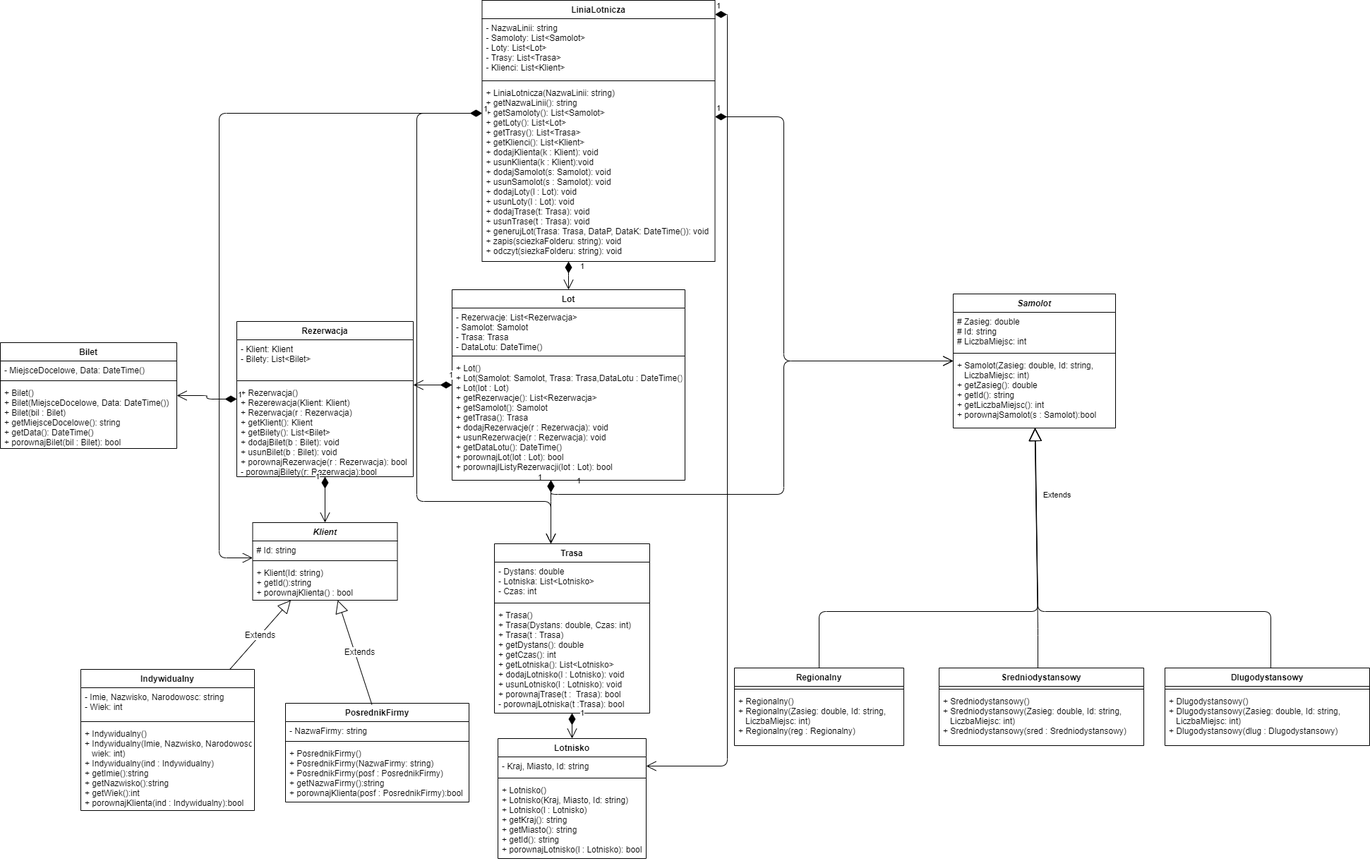
JoeHeroes/AirportPoject keeps this draw.io diagram as PoDiagram.png. Above is the earlier version. Source tidied: cells renumbered, new cells last; positions are measured from the earlier drawing's top-left corner, leaving out a move shared by most shapes.
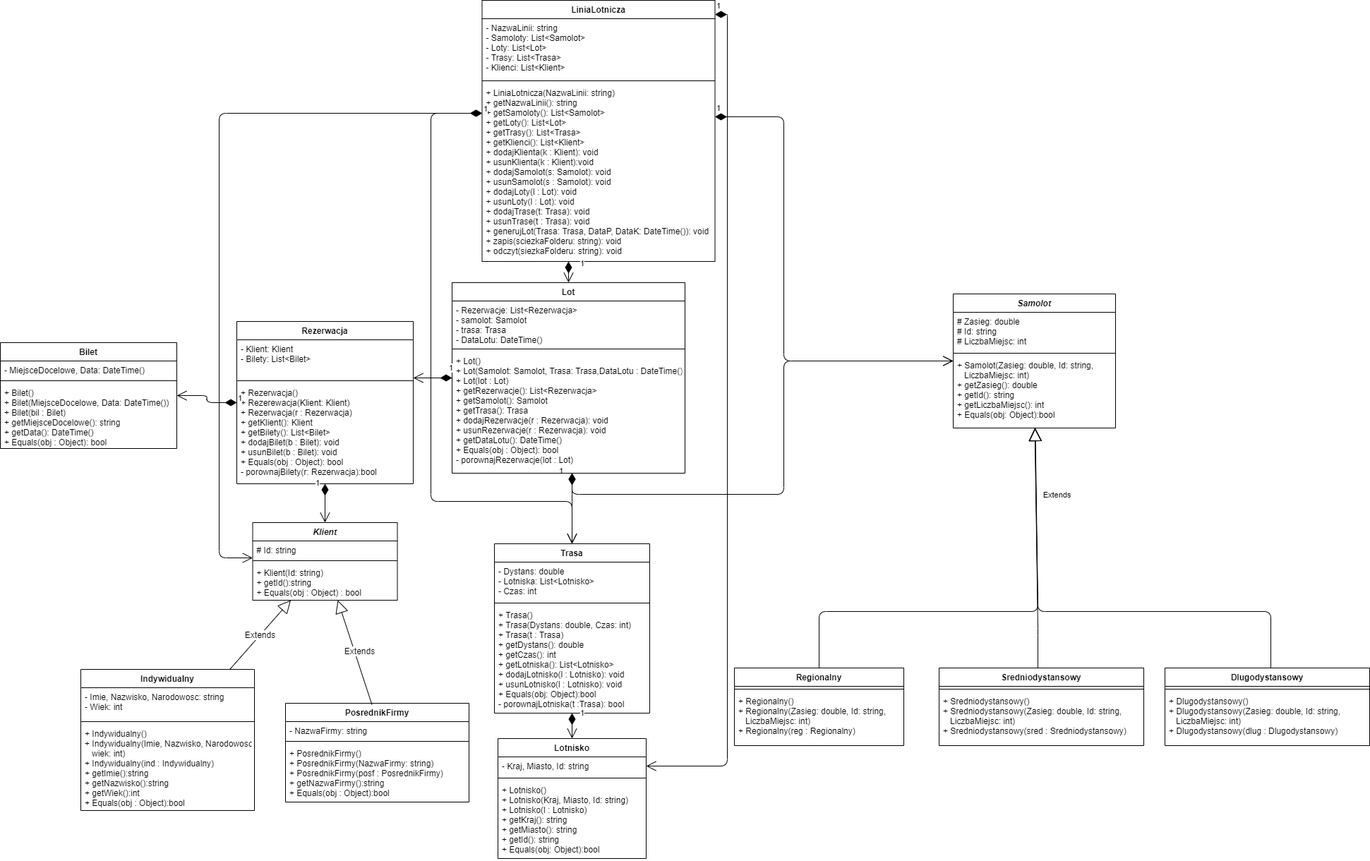
The same file after the commit.

Commit message:
Zmiany względem Bołdaka - usunięcie konstruktorów kopiujących, zamiana metod porownaniex na Equals

What changed in the source:
```diff
@@ -11,7 +11,7 @@
     <mxCell id="4" style="line;strokeWidth=1;fillColor=none;align=left;verticalAlign=middle;spacingTop=-1;spacingLeft=3;spacingRight=3;labelPosition=right;" parent="2" vertex="1">
       <mxGeometry y="50" width="205" height="8" as="geometry" />
     </mxCell>
-    <mxCell id="5" value="+ Klient(Id: string)&#10;+ getId():string&#10;+ porownajKlienta() : bool" style="text;strokeColor=none;fillColor=none;align=left;verticalAlign=top;spacingLeft=4;spacingRight=4;overflow=hidden;" parent="2" vertex="1">
+    <mxCell id="5" value="+ Klient(Id: string)&#10;+ getId():string&#10;+ Equals(obj : Object) : bool" style="text;strokeColor=none;fillColor=none;align=left;verticalAlign=top;spacingLeft=4;spacingRight=4;overflow=hidden;" parent="2" vertex="1">
       <mxGeometry y="58" width="205" height="52" as="geometry" />
     </mxCell>
     <mxCell id="6" value="Trasa" style="swimlane;fontStyle=1;align=center;verticalAlign=top;horizontal=1;startSize=26;rounded=0;sketch=0;" parent="1" vertex="1">
@@ -23,7 +23,7 @@
     <mxCell id="8" style="line;strokeWidth=1;fillColor=none;align=left;verticalAlign=middle;spacingTop=-1;spacingLeft=3;spacingRight=3;labelPosition=right;" parent="6" vertex="1">
       <mxGeometry y="80" width="220" height="8" as="geometry" />
     </mxCell>
-    <mxCell id="9" value="+ Trasa()&#10;+ Trasa(Dystans: double, Czas: int)&#10;+ Trasa(t : Trasa)&#10;+ getDystans(): double&#10;+ getCzas(): int&#10;+ getLotniska(): List&lt;Lotnisko&gt;&#10;+ dodajLotnisko(l : Lotnisko): void &#10;+ usunLotnisko(l : Lotnisko): void &#10;+ porownajTrase(t :  Trasa): bool&#10;- porownajLotniska(t :Trasa): bool" style="text;strokeColor=none;fillColor=none;align=left;verticalAlign=top;spacingLeft=4;spacingRight=4;overflow=hidden;" parent="6" vertex="1">
+    <mxCell id="9" value="+ Trasa()&#10;+ Trasa(Dystans: double, Czas: int)&#10;+ Trasa(t : Trasa)&#10;+ getDystans(): double&#10;+ getCzas(): int&#10;+ getLotniska(): List&lt;Lotnisko&gt;&#10;+ dodajLotnisko(l : Lotnisko): void &#10;+ usunLotnisko(l : Lotnisko): void &#10;+ Equals(obj: Object):bool&#10;- porownajLotniska(t :Trasa): bool" style="text;strokeColor=none;fillColor=none;align=left;verticalAlign=top;spacingLeft=4;spacingRight=4;overflow=hidden;" parent="6" vertex="1">
       <mxGeometry y="88" width="220" height="152" as="geometry" />
     </mxCell>
     <mxCell id="10" value="1" style="endArrow=open;html=1;endSize=12;startArrow=diamondThin;startSize=14;startFill=1;edgeStyle=orthogonalEdgeStyle;align=left;verticalAlign=bottom;strokeWidth=1;" parent="1" edge="1" source="6" target="25">
@@ -38,23 +38,22 @@
     <mxCell id="13" style="line;strokeWidth=1;fillColor=none;align=left;verticalAlign=middle;spacingTop=-1;spacingLeft=3;spacingRight=3;labelPosition=right;" parent="11" vertex="1">
       <mxGeometry y="80" width="230" height="8" as="geometry" />
     </mxCell>
-    <mxCell id="14" value="+ Samolot(Zasieg: double, Id: string, &#10;   LiczbaMiejsc: int) &#10;+ getZasieg(): double&#10;+ getId(): string&#10;+ getLiczbaMiejsc(): int&#10;+ porownajSamolot(s : Samolot):bool&#10;" style="text;strokeColor=none;fillColor=none;align=left;verticalAlign=top;spacingLeft=4;spacingRight=4;overflow=hidden;points=[[0,0.5],[1,0.5]];portConstraint=eastwest;" parent="11" vertex="1">
+    <mxCell id="14" value="+ Samolot(Zasieg: double, Id: string, &#10;   LiczbaMiejsc: int) &#10;+ getZasieg(): double&#10;+ getId(): string&#10;+ getLiczbaMiejsc(): int&#10;+ Equals(obj: Object):bool&#10;" style="text;strokeColor=none;fillColor=none;align=left;verticalAlign=top;spacingLeft=4;spacingRight=4;overflow=hidden;points=[[0,0.5],[1,0.5]];portConstraint=eastwest;" parent="11" vertex="1">
       <mxGeometry y="88" width="230" height="102" as="geometry" />
     </mxCell>
     <mxCell id="15" value="1" style="endArrow=open;html=1;endSize=12;startArrow=diamondThin;startSize=14;startFill=1;edgeStyle=orthogonalEdgeStyle;align=left;verticalAlign=bottom;strokeWidth=1;" parent="1" edge="1" source="29" target="6">
       <mxGeometry x="-0.88" y="-20" relative="1" as="geometry">
         <Array as="points">
-          <mxPoint x="780" y="720" />
-          <mxPoint x="780" y="720" />
+          <mxPoint x="810" y="700" />
+          <mxPoint x="810" y="700" />
         </Array>
       </mxGeometry>
     </mxCell>
-    <mxCell id="16" value="1" style="endArrow=open;html=1;endSize=12;startArrow=diamondThin;startSize=14;startFill=1;edgeStyle=orthogonalEdgeStyle;align=left;verticalAlign=bottom;strokeWidth=1;" parent="1" edge="1" source="29" target="11">
-      <mxGeometry x="-0.86" y="10" relative="1" as="geometry">
+    <mxCell id="16" style="endArrow=open;html=1;endSize=12;startArrow=diamondThin;startSize=14;startFill=1;edgeStyle=orthogonalEdgeStyle;align=left;verticalAlign=bottom;strokeWidth=1;" parent="1" edge="1" source="29" target="11">
+      <mxGeometry x="-0.84" y="-40" relative="1" as="geometry">
         <Array as="points">
-          <mxPoint x="780" y="700" />
+          <mxPoint x="810" y="700" />
           <mxPoint x="1110" y="700" />
-          <mxPoint x="1110" y="511" />
         </Array>
       </mxGeometry>
     </mxCell>
@@ -67,7 +66,7 @@
     <mxCell id="19" style="line;strokeWidth=1;fillColor=none;align=left;verticalAlign=middle;spacingTop=-1;spacingLeft=3;spacingRight=3;labelPosition=right;" parent="17" vertex="1">
       <mxGeometry y="50" width="260" height="8" as="geometry" />
     </mxCell>
-    <mxCell id="20" value="+ PosrednikFirmy()&#10;+ PosrednikFirmy(NazwaFirmy: string)&#10;+ PosrednikFirmy(posf : PosrednikFirmy)&#10;+ getNazwaFirmy():string &#10;+ porownajKlienta(posf : PosrednikFirmy):bool" style="text;strokeColor=none;fillColor=none;align=left;verticalAlign=top;spacingLeft=4;spacingRight=4;overflow=hidden;" parent="17" vertex="1">
+    <mxCell id="20" value="+ PosrednikFirmy()&#10;+ PosrednikFirmy(NazwaFirmy: string)&#10;+ PosrednikFirmy(posf : PosrednikFirmy)&#10;+ getNazwaFirmy():string &#10;+ Equals(obj : Object):bool" style="text;strokeColor=none;fillColor=none;align=left;verticalAlign=top;spacingLeft=4;spacingRight=4;overflow=hidden;" parent="17" vertex="1">
       <mxGeometry y="58" width="260" height="82" as="geometry" />
     </mxCell>
     <mxCell id="21" value="Bilet" style="swimlane;fontStyle=1;align=center;verticalAlign=top;horizontal=1;startSize=26;rounded=0;sketch=0;strokeWidth=1;fontSize=12;" parent="1" vertex="1">
@@ -79,7 +78,7 @@
     <mxCell id="23" style="line;strokeWidth=1;fillColor=none;align=left;verticalAlign=middle;spacingTop=-1;spacingLeft=3;spacingRight=3;labelPosition=right;" parent="21" vertex="1">
       <mxGeometry y="50" width="250" height="8" as="geometry" />
     </mxCell>
-    <mxCell id="24" value="+ Bilet()&#10;+ Bilet(MiejsceDocelowe, Data: DateTime())&#10;+ Bilet(bil : Bilet)&#10;+ getMiejsceDocelowe(): string&#10;+ getData(): DateTime()&#10;+ porownajBilet(bil : Bilet): bool" style="text;strokeColor=none;fillColor=none;align=left;verticalAlign=top;spacingLeft=4;spacingRight=4;overflow=hidden;" parent="21" vertex="1">
+    <mxCell id="24" value="+ Bilet()&#10;+ Bilet(MiejsceDocelowe, Data: DateTime())&#10;+ Bilet(bil : Bilet)&#10;+ getMiejsceDocelowe(): string&#10;+ getData(): DateTime()&#10;+ Equals(obj : Object): bool" style="text;strokeColor=none;fillColor=none;align=left;verticalAlign=top;spacingLeft=4;spacingRight=4;overflow=hidden;" parent="21" vertex="1">
       <mxGeometry y="58" width="250" height="92" as="geometry" />
     </mxCell>
     <mxCell id="25" value="Lotnisko" style="swimlane;fontStyle=1;align=center;verticalAlign=top;horizontal=1;startSize=26;rounded=0;sketch=0;strokeWidth=1;fontSize=12;" parent="1" vertex="1">
@@ -91,19 +90,19 @@
     <mxCell id="27" style="line;strokeWidth=1;fillColor=none;align=left;verticalAlign=middle;spacingTop=-1;spacingLeft=3;spacingRight=3;labelPosition=right;" parent="25" vertex="1">
       <mxGeometry y="52" width="210" height="8" as="geometry" />
     </mxCell>
-    <mxCell id="28" value="+ Lotnisko()&#10;+ Lotnisko(Kraj, Miasto, Id: string)&#10;+ Lotnisko(l : Lotnisko)&#10;+ getKraj(): string&#10;+ getMiasto(): string&#10;+ getId(): string&#10;+ porownajLotnisko(l : Lotnisko): bool" style="text;strokeColor=none;fillColor=none;align=left;verticalAlign=top;spacingLeft=4;spacingRight=4;overflow=hidden;" parent="25" vertex="1">
+    <mxCell id="28" value="+ Lotnisko()&#10;+ Lotnisko(Kraj, Miasto, Id: string)&#10;+ Lotnisko(l : Lotnisko)&#10;+ getKraj(): string&#10;+ getMiasto(): string&#10;+ getId(): string&#10;+ Equals(obj: Object):bool" style="text;strokeColor=none;fillColor=none;align=left;verticalAlign=top;spacingLeft=4;spacingRight=4;overflow=hidden;" parent="25" vertex="1">
       <mxGeometry y="60" width="210" height="110" as="geometry" />
     </mxCell>
     <mxCell id="29" value="Lot" style="swimlane;fontStyle=1;align=center;verticalAlign=top;horizontal=1;startSize=26;rounded=0;sketch=0;strokeWidth=1;fontSize=12;" parent="1" vertex="1">
-      <mxGeometry x="640" y="410" width="330" height="270" as="geometry" />
+      <mxGeometry x="640" y="400" width="330" height="270" as="geometry" />
     </mxCell>
-    <mxCell id="30" value="- Rezerwacje: List&lt;Rezerwacja&gt;&#10;- Samolot: Samolot&#10;- Trasa: Trasa&#10;- DataLotu: DateTime()&#10;" style="text;strokeColor=none;fillColor=none;align=left;verticalAlign=top;spacingLeft=4;spacingRight=4;overflow=hidden;" parent="29" vertex="1">
+    <mxCell id="30" value="- Rezerwacje: List&lt;Rezerwacja&gt;&#10;- samolot: Samolot&#10;- trasa: Trasa&#10;- DataLotu: DateTime()&#10;" style="text;strokeColor=none;fillColor=none;align=left;verticalAlign=top;spacingLeft=4;spacingRight=4;overflow=hidden;" parent="29" vertex="1">
       <mxGeometry y="26" width="330" height="64" as="geometry" />
     </mxCell>
     <mxCell id="31" style="line;strokeWidth=1;fillColor=none;align=left;verticalAlign=middle;spacingTop=-1;spacingLeft=3;spacingRight=3;labelPosition=right;" parent="29" vertex="1">
       <mxGeometry y="90" width="330" height="8" as="geometry" />
     </mxCell>
-    <mxCell id="32" value="+ Lot()&#10;+ Lot(Samolot: Samolot, Trasa: Trasa,DataLotu : DateTime())&#10;+ Lot(lot : Lot)&#10;+ getRezerwacje(): List&lt;Rezerwacja&gt;&#10;+ getSamolot(): Samolot&#10;+ getTrasa(): Trasa&#10;+ dodajRezerwacje(r : Rezerwacja): void&#10;+ usunRezerwacje(r : Rezerwacja): void  &#10;+ getDataLotu(): DateTime()&#10;+ porownajLot(lot : Lot): bool&#10;+ porownajlListyRezerwacji(lot : Lot): bool&#10;" style="text;strokeColor=none;fillColor=none;align=left;verticalAlign=top;spacingLeft=4;spacingRight=4;overflow=hidden;" parent="29" vertex="1">
+    <mxCell id="32" value="+ Lot()&#10;+ Lot(Samolot: Samolot, Trasa: Trasa,DataLotu : DateTime())&#10;+ Lot(lot : Lot)&#10;+ getRezerwacje(): List&lt;Rezerwacja&gt;&#10;+ getSamolot(): Samolot&#10;+ getTrasa(): Trasa&#10;+ dodajRezerwacje(r : Rezerwacja): void&#10;+ usunRezerwacje(r : Rezerwacja): void  &#10;+ getDataLotu(): DateTime()&#10;+ Equals(obj : Object): bool&#10;- porownajRezerwacje(lot : Lot)&#10;" style="text;strokeColor=none;fillColor=none;align=left;verticalAlign=top;spacingLeft=4;spacingRight=4;overflow=hidden;" parent="29" vertex="1">
       <mxGeometry y="98" width="330" height="172" as="geometry" />
     </mxCell>
     <mxCell id="33" value="Extends" style="endArrow=block;endSize=16;endFill=0;html=1;strokeWidth=1;fontSize=12;exitX=0.471;exitY=0.014;exitDx=0;exitDy=0;exitPerimeter=0;" parent="1" edge="1" source="17" target="2">
@@ -122,7 +121,7 @@
       </mxGeometry>
     </mxCell>
     <mxCell id="36" value="Rezerwacja" style="swimlane;fontStyle=1;align=center;verticalAlign=top;horizontal=1;startSize=26;" parent="1" vertex="1">
-      <mxGeometry x="335" y="455" width="250" height="220" as="geometry" />
+      <mxGeometry x="335" y="455" width="250" height="230" as="geometry" />
     </mxCell>
     <mxCell id="37" value="- Klient: Klient&#10;- Bilety: List&lt;Bilet&gt;" style="text;strokeColor=none;fillColor=none;align=left;verticalAlign=top;spacingLeft=4;spacingRight=4;overflow=hidden;" parent="36" vertex="1">
       <mxGeometry y="26" width="250" height="54" as="geometry" />
@@ -130,8 +129,8 @@
     <mxCell id="38" style="line;strokeWidth=1;fillColor=none;align=left;verticalAlign=middle;spacingTop=-1;spacingLeft=3;spacingRight=3;labelPosition=right;" parent="36" vertex="1">
       <mxGeometry y="80" width="250" height="8" as="geometry" />
     </mxCell>
-    <mxCell id="39" value="+ Rezerwacja()&#10;+ Rezerewacja(Klient: Klient)&#10;+ Rezerwacja(r : Rezerwacja)&#10;+ getKlient(): Klient&#10;+ getBilety(): List&lt;Bilet&gt;&#10;+ dodajBilet(b : Bilet): void&#10;+ usunBilet(b : Bilet): void&#10;+ porownajRezerwacje(r : Rezerwacja): bool&#10;- porownajBilety(r: Rezerwacja):bool" style="text;strokeColor=none;fillColor=none;align=left;verticalAlign=top;spacingLeft=4;spacingRight=4;overflow=hidden;" parent="36" vertex="1">
-      <mxGeometry y="88" width="250" height="132" as="geometry" />
+    <mxCell id="39" value="+ Rezerwacja()&#10;+ Rezerewacja(Klient: Klient)&#10;+ Rezerwacja(r : Rezerwacja)&#10;+ getKlient(): Klient&#10;+ getBilety(): List&lt;Bilet&gt;&#10;+ dodajBilet(b : Bilet): void&#10;+ usunBilet(b : Bilet): void&#10;+ Equals(obj : Object): bool&#10;- porownajBilety(r: Rezerwacja):bool" style="text;strokeColor=none;fillColor=none;align=left;verticalAlign=top;spacingLeft=4;spacingRight=4;overflow=hidden;" parent="36" vertex="1">
+      <mxGeometry y="88" width="250" height="142" as="geometry" />
     </mxCell>
     <mxCell id="40" value="1" style="endArrow=open;html=1;endSize=12;startArrow=diamondThin;startSize=14;startFill=1;edgeStyle=orthogonalEdgeStyle;align=left;verticalAlign=bottom;" parent="1" edge="1" source="36" target="2">
       <mxGeometry x="-0.71" y="-15" relative="1" as="geometry" />
@@ -177,9 +176,9 @@
     <mxCell id="49" value="1" style="endArrow=open;html=1;endSize=12;startArrow=diamondThin;startSize=14;startFill=1;edgeStyle=orthogonalEdgeStyle;align=left;verticalAlign=bottom;" parent="1" edge="1" source="45" target="6">
       <mxGeometry x="-1" y="3" relative="1" as="geometry">
         <Array as="points">
-          <mxPoint x="590" y="160" />
-          <mxPoint x="590" y="710" />
-          <mxPoint x="780" y="710" />
+          <mxPoint x="610" y="160" />
+          <mxPoint x="610" y="710" />
+          <mxPoint x="810" y="710" />
         </Array>
       </mxGeometry>
     </mxCell>
@@ -192,7 +191,7 @@
     <mxCell id="52" style="line;strokeWidth=1;fillColor=none;align=left;verticalAlign=middle;spacingTop=-1;spacingLeft=3;spacingRight=3;labelPosition=right;" parent="50" vertex="1">
       <mxGeometry y="70" width="246" height="8" as="geometry" />
     </mxCell>
-    <mxCell id="53" value="+ Indywidualny()&#10;+ Indywidualny(Imie, Nazwisko, Narodowosc: string,&#10;   wiek: int)&#10;+ Indywidualny(ind : Indywidualny)&#10;+ getImie():string&#10;+ getNazwisko():string&#10;+ getWiek():int&#10;+ porownajKlienta(ind : Indywidualny):bool" style="text;strokeColor=none;fillColor=none;align=left;verticalAlign=top;spacingLeft=4;spacingRight=4;overflow=hidden;" parent="50" vertex="1">
+    <mxCell id="53" value="+ Indywidualny()&#10;+ Indywidualny(Imie, Nazwisko, Narodowosc: string,&#10;   wiek: int)&#10;+ Indywidualny(ind : Indywidualny)&#10;+ getImie():string&#10;+ getNazwisko():string&#10;+ getWiek():int&#10;+ Equals(obj : Object):bool" style="text;strokeColor=none;fillColor=none;align=left;verticalAlign=top;spacingLeft=4;spacingRight=4;overflow=hidden;" parent="50" vertex="1">
       <mxGeometry y="78" width="246" height="122" as="geometry" />
     </mxCell>
     <mxCell id="54" value="1" style="endArrow=open;html=1;endSize=12;startArrow=diamondThin;startSize=14;startFill=1;edgeStyle=orthogonalEdgeStyle;align=left;verticalAlign=bottom;" parent="1" edge="1" source="42" target="2">
```
